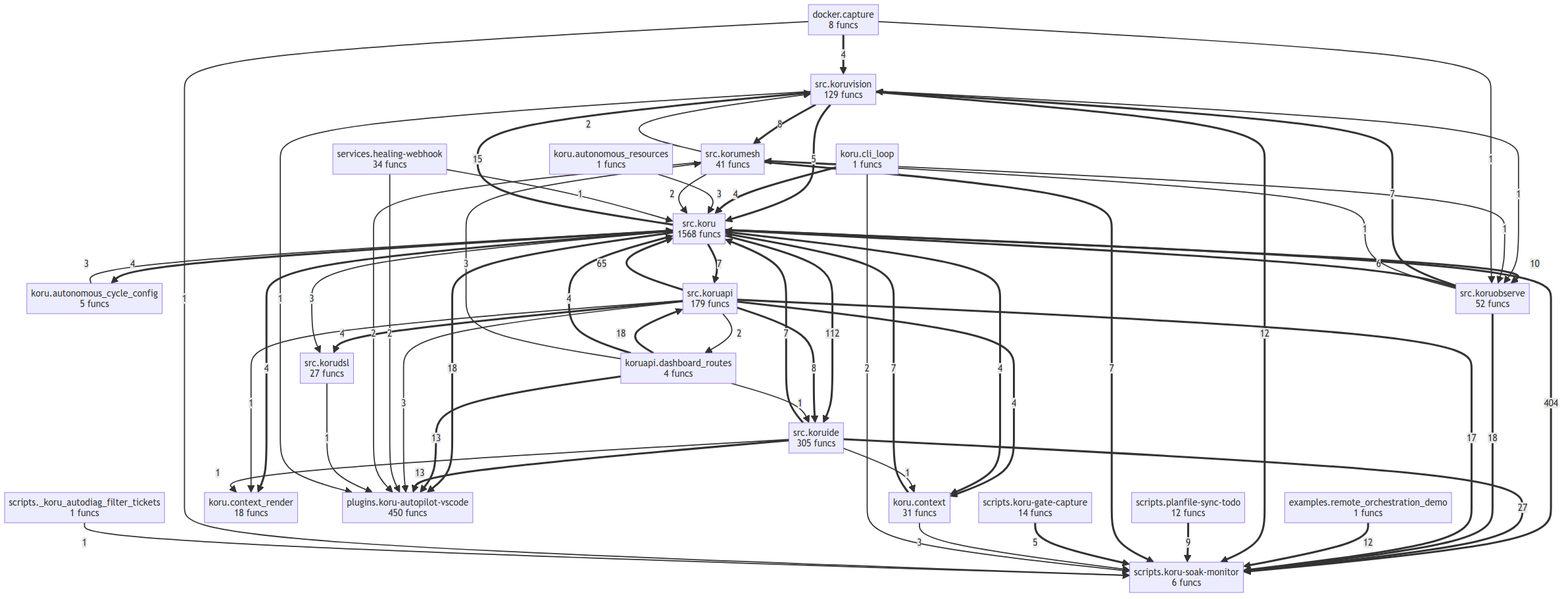
Earlier version of the Mermaid export project/compact_flow.png (semcod/koru). Its source is kept beside it as project/compact_flow.mmd.
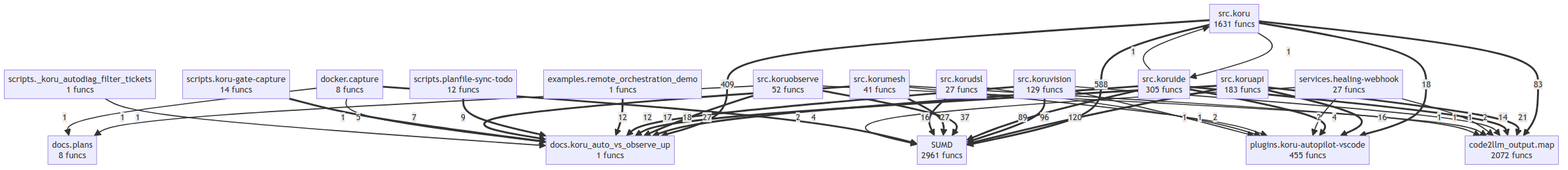
Later version of the same file.

What changed in the source:
```diff
@@ -1,80 +1,57 @@
 flowchart TD
+    SUMD["SUMD<br/>2961 funcs"]
+    code2llm_output__map["code2llm_output.map<br/>2072 funcs"]
     docker__capture["docker.capture<br/>8 funcs"]
+    docs__koru_auto_vs_observe_up["docs.koru_auto_vs_observe_up<br/>1 funcs"]
+    docs__plans["docs.plans<br/>8 funcs"]
     examples__remote_orchestration_demo["examples.remote_orchestration_demo<br/>1 funcs"]
-    koru__autonomous_cycle_config["koru.autonomous_cycle_config<br/>5 funcs"]
-    koru__autonomous_resources["koru.autonomous_resources<br/>1 funcs"]
-    koru__cli_loop["koru.cli_loop<br/>1 funcs"]
-    koru__context["koru.context<br/>31 funcs"]
-    koru__context_render["koru.context_render<br/>18 funcs"]
-    koruapi__dashboard_routes["koruapi.dashboard_routes<br/>4 funcs"]
-    plugins__koru_autopilot_vscode["plugins.koru-autopilot-vscode<br/>450 funcs"]
+    plugins__koru_autopilot_vscode["plugins.koru-autopilot-vscode<br/>455 funcs"]
     scripts___koru_autodiag_filter_tickets["scripts._koru_autodiag_filter_tickets<br/>1 funcs"]
     scripts__koru_gate_capture["scripts.koru-gate-capture<br/>14 funcs"]
-    scripts__koru_soak_monitor["scripts.koru-soak-monitor<br/>6 funcs"]
     scripts__planfile_sync_todo["scripts.planfile-sync-todo<br/>12 funcs"]
-    services__healing_webhook["services.healing-webhook<br/>34 funcs"]
-    src__koru["src.koru<br/>1568 funcs"]
-    src__koruapi["src.koruapi<br/>179 funcs"]
+    services__healing_webhook["services.healing-webhook<br/>27 funcs"]
+    src__koru["src.koru<br/>1631 funcs"]
+    src__koruapi["src.koruapi<br/>183 funcs"]
     src__korudsl["src.korudsl<br/>27 funcs"]
     src__koruide["src.koruide<br/>305 funcs"]
     src__korumesh["src.korumesh<br/>41 funcs"]
     src__koruobserve["src.koruobserve<br/>52 funcs"]
     src__koruvision["src.koruvision<br/>129 funcs"]
-    src__koru ==>|404| scripts__koru_soak_monitor
-    src__koru ==>|112| src__koruide
-    src__koruapi ==>|65| src__koru
-    src__koruide ==>|27| scripts__koru_soak_monitor
-    src__koruobserve ==>|18| scripts__koru_soak_monitor
-    koruapi__dashboard_routes ==>|18| src__koruapi
+    src__koru ==>|588| SUMD
+    src__koru ==>|409| docs__koru_auto_vs_observe_up
+    src__koruapi ==>|120| SUMD
+    src__koruvision ==>|96| SUMD
+    src__koruide ==>|89| SUMD
+    src__koru ==>|83| code2llm_output__map
+    src__koruobserve ==>|37| SUMD
+    src__korumesh ==>|27| SUMD
+    src__koruide ==>|27| docs__koru_auto_vs_observe_up
+    src__koruapi ==>|21| code2llm_output__map
+    src__koruobserve ==>|18| docs__koru_auto_vs_observe_up
     src__koru ==>|18| plugins__koru_autopilot_vscode
-    src__koruapi ==>|17| scripts__koru_soak_monitor
-    src__koru ==>|15| src__koruvision
-    koruapi__dashboard_routes ==>|13| plugins__koru_autopilot_vscode
-    src__koruide ==>|13| plugins__koru_autopilot_vscode
-    examples__remote_orchestration_demo ==>|12| scripts__koru_soak_monitor
-    src__koruvision ==>|12| scripts__koru_soak_monitor
-    src__koru ==>|10| src__koruobserve
-    scripts__planfile_sync_todo ==>|9| scripts__koru_soak_monitor
-    src__koruapi ==>|8| src__koruide
-    src__koruvision ==>|8| src__korumesh
-    src__koruobserve ==>|7| src__koruvision
-    src__korumesh ==>|7| scripts__koru_soak_monitor
-    src__koruide ==>|7| src__koru
-    src__koru ==>|7| src__koruapi
-    koru__context ==>|7| src__koru
-    src__koruobserve ==>|6| src__koru
-    src__koruvision ==>|5| src__koru
-    scripts__koru_gate_capture ==>|5| scripts__koru_soak_monitor
-    koruapi__dashboard_routes ==>|4| src__koru
-    src__koruapi ==>|4| koru__context
-    src__koruapi ==>|4| src__korudsl
-    src__koru ==>|4| koru__context
-    src__koru ==>|4| koru__context_render
-    koru__cli_loop ==>|4| src__koru
-    docker__capture ==>|4| src__koruvision
-    src__koru ==>|4| koru__autonomous_cycle_config
-    src__koruapi -->|3| plugins__koru_autopilot_vscode
-    koruapi__dashboard_routes -->|3| src__korumesh
-    src__koru -->|3| src__korudsl
-    koru__autonomous_cycle_config -->|3| src__koru
-    koru__context -->|3| scripts__koru_soak_monitor
-    koru__autonomous_resources -->|3| src__koru
+    src__koruapi ==>|17| docs__koru_auto_vs_observe_up
+    src__koruapi ==>|16| plugins__koru_autopilot_vscode
+    src__korudsl ==>|16| SUMD
+    src__koruide ==>|14| code2llm_output__map
+    src__koruvision ==>|12| docs__koru_auto_vs_observe_up
+    examples__remote_orchestration_demo ==>|12| docs__koru_auto_vs_observe_up
+    scripts__planfile_sync_todo ==>|9| docs__koru_auto_vs_observe_up
+    src__korumesh ==>|7| docs__koru_auto_vs_observe_up
+    scripts__koru_gate_capture ==>|5| docs__koru_auto_vs_observe_up
+    src__koruide ==>|4| plugins__koru_autopilot_vscode
+    docker__capture ==>|4| SUMD
     services__healing_webhook -->|2| plugins__koru_autopilot_vscode
-    src__koruapi -->|2| koruapi__dashboard_routes
-    src__korumesh -->|2| src__koru
-    src__korumesh -->|2| src__koruvision
+    services__healing_webhook -->|2| SUMD
+    src__koruvision -->|2| code2llm_output__map
     src__korumesh -->|2| plugins__koru_autopilot_vscode
-    koru__cli_loop -->|2| scripts__koru_soak_monitor
-    services__healing_webhook -->|1| src__koru
-    src__koruobserve -->|1| src__korumesh
+    services__healing_webhook -->|1| code2llm_output__map
     src__korudsl -->|1| plugins__koru_autopilot_vscode
-    koruapi__dashboard_routes -->|1| src__koruide
-    src__koruapi -->|1| koru__context_render
+    src__koruobserve -->|1| docs__plans
+    src__koruobserve -->|1| code2llm_output__map
+    src__korumesh -->|1| code2llm_output__map
     src__koruvision -->|1| plugins__koru_autopilot_vscode
-    src__koruvision -->|1| src__koruobserve
-    src__korumesh -->|1| src__koruobserve
-    docker__capture -->|1| src__koruobserve
-    docker__capture -->|1| scripts__koru_soak_monitor
-    scripts___koru_autodiag_filter_tickets -->|1| scripts__koru_soak_monitor
-    src__koruide -->|1| koru__context_render
-    src__koruide -->|1| koru__context
+    src__koruide -->|1| src__koru
+    src__koru -->|1| src__koruide
+    docker__capture -->|1| docs__plans
+    docker__capture -->|1| docs__koru_auto_vs_observe_up
+    scripts___koru_autodiag_filter_tickets -->|1| docs__koru_auto_vs_observe_up
```
